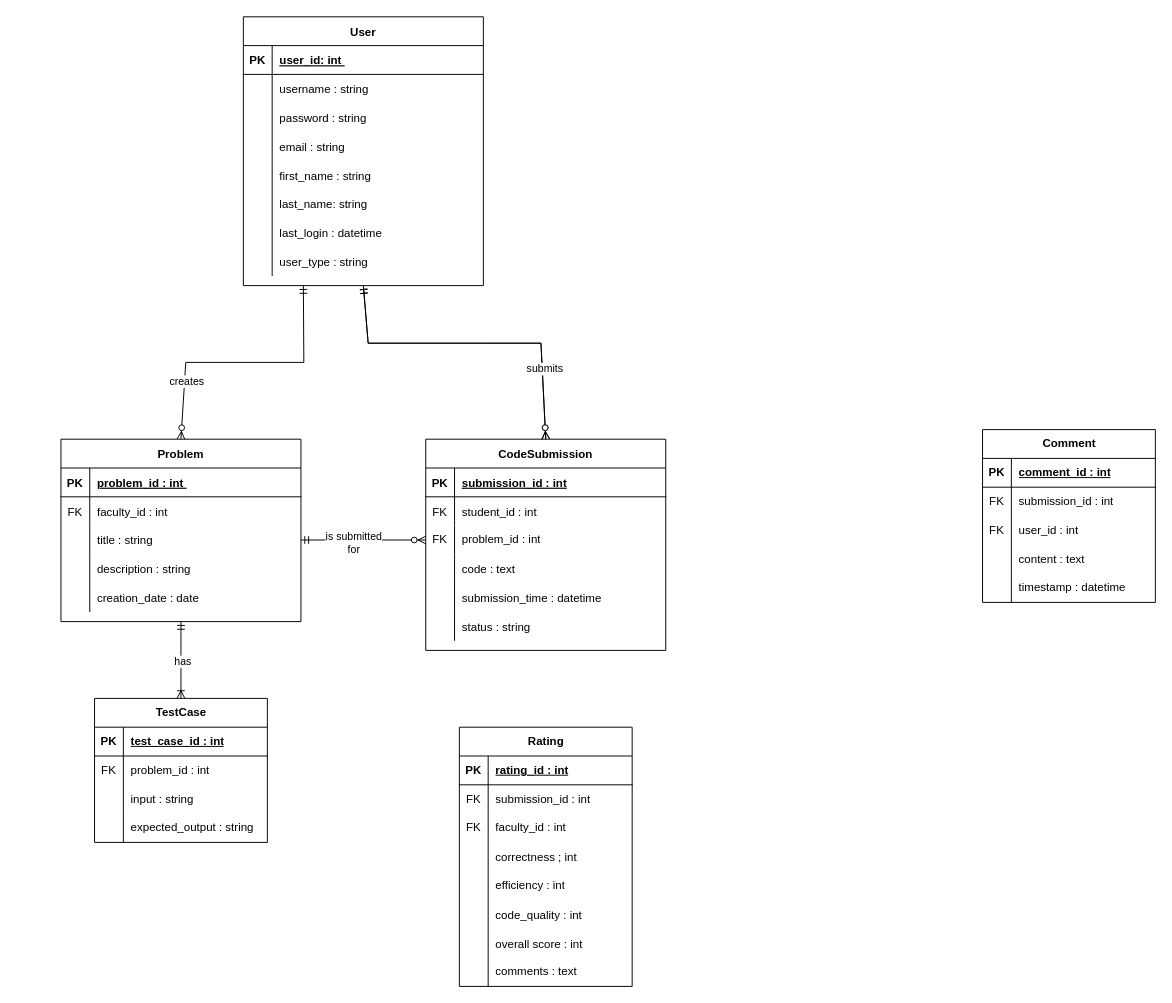
shamim36/Final-Defence-Diagram keeps this draw.io diagram as ER Diagram.drawio. Above is the earlier version. Source tidied: cells renumbered, new cells numbered last; positions are measured from the earlier drawing's top-left corner, leaving out a move shared by most shapes. Both pictures are drawn from the tidied source at 96%, with x=0, y=0 at pixel (60, 16).
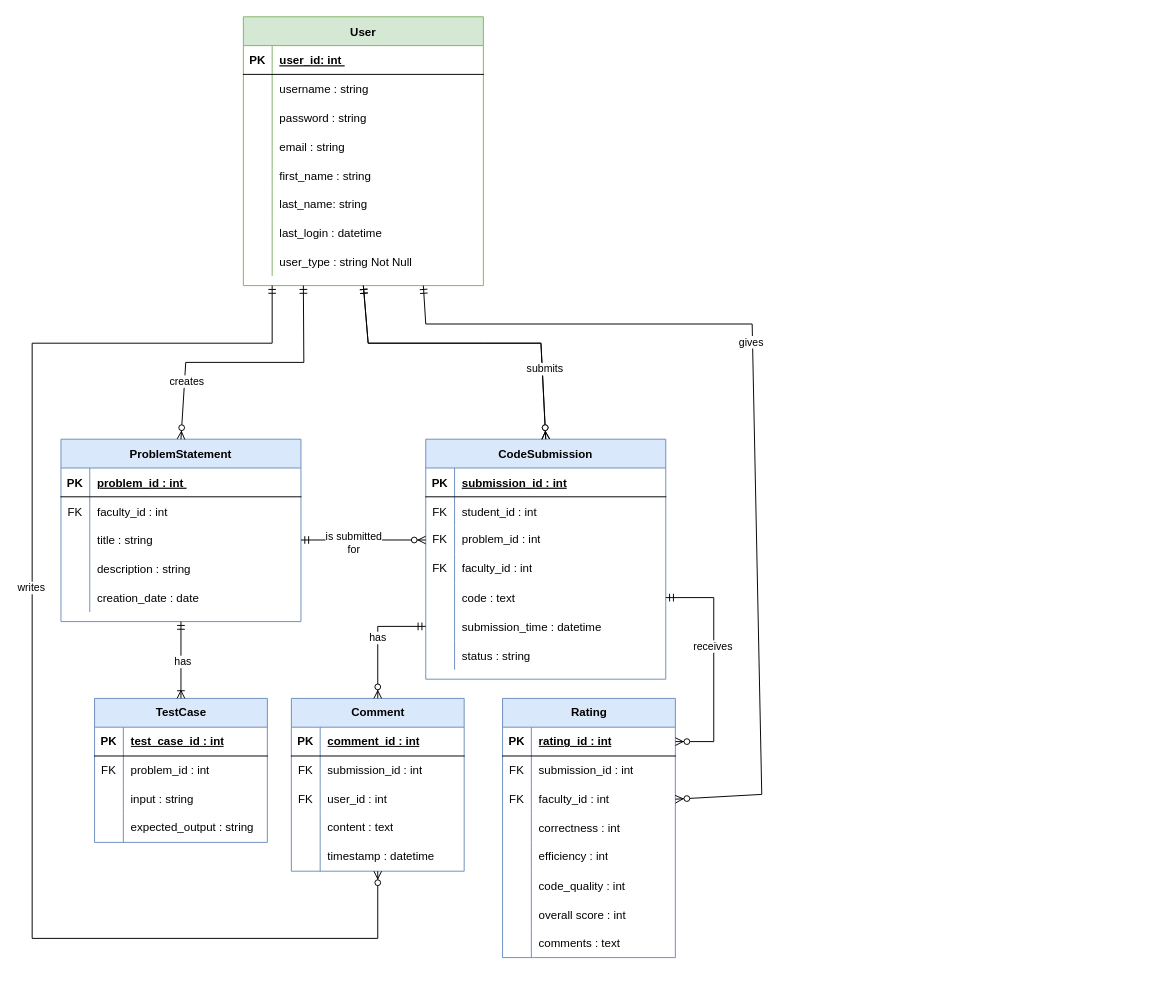
Above is the later version.

The change refers to these unchanged cells:
```xml
<mxCell id="59" style="shape=tableRow;horizontal=0;startSize=0;swimlaneHead=0;swimlaneBody=0;fillColor=none;top=0;left=0;right=0;bottom=0;" parent="37" vertex="1">
  <mxGeometry y="240" width="250" height="30" as="geometry" />
</mxCell>
<mxCell id="76" style="shape=tableRow;horizontal=0;startSize=0;swimlaneHead=0;swimlaneBody=0;fillColor=none;points=[[0,0.5],[1,0.5]];portConstraint=eastwest;top=0;left=0;right=0;bottom=1;" parent="75" vertex="1">
  <mxGeometry y="30" width="180" height="30" as="geometry" />
</mxCell>
<mxCell id="82" style="shape=tableRow;horizontal=0;startSize=0;swimlaneHead=0;swimlaneBody=0;fillColor=none;points=[[0,0.5],[1,0.5]];portConstraint=eastwest;top=0;left=0;right=0;bottom=0;" parent="75" vertex="1">
  <mxGeometry y="90" width="180" height="30" as="geometry" />
</mxCell>
<mxCell id="85" style="shape=tableRow;horizontal=0;startSize=0;swimlaneHead=0;swimlaneBody=0;fillColor=none;top=0;left=0;right=0;bottom=0;" parent="75" vertex="1">
  <mxGeometry y="120" width="180" height="30" as="geometry" />
</mxCell>
<mxCell id="113" style="shape=tableRow;horizontal=0;startSize=0;swimlaneHead=0;swimlaneBody=0;fillColor=none;points=[[0,0.5],[1,0.5]];portConstraint=eastwest;top=0;left=0;right=0;bottom=0;" parent="100" vertex="1">
  <mxGeometry y="150" width="180" height="30" as="geometry" />
</mxCell>
```

The edit, as a diff of the source:
```diff
@@
-    <mxCell id="2" value="Problem" style="shape=table;startSize=30;childLayout=tableLayout;rowLines=0;fontStyle=1;align=center;" parent="1" vertex="1">
+    <mxCell id="2" value="ProblemStatement" style="shape=table;startSize=30;childLayout=tableLayout;rowLines=0;fontStyle=1;align=center;fillColor=#dae8fc;strokeColor=#6c8ebf;" parent="1" vertex="1">
       <mxGeometry y="440" width="250" height="190" as="geometry" />
     </mxCell>
@@
-    <mxCell id="18" value="CodeSubmission" style="shape=table;startSize=30;childLayout=tableLayout;rowLines=0;fontStyle=1;align=center;" parent="1" vertex="1">
-      <mxGeometry x="380" y="440" width="250" height="220" as="geometry" />
+    <mxCell id="18" value="CodeSubmission" style="shape=table;startSize=30;childLayout=tableLayout;rowLines=0;fontStyle=1;align=center;fillColor=#dae8fc;strokeColor=#6c8ebf;" parent="1" vertex="1">
+      <mxGeometry x="380" y="440" width="250" height="250" as="geometry" />
     </mxCell>
@@
+    <mxCell id="126" style="shape=tableRow;horizontal=0;startSize=0;swimlaneHead=0;swimlaneBody=0;fillColor=none;top=0;left=0;right=0;bottom=0;" parent="18" vertex="1">
+      <mxGeometry y="120" width="250" height="30" as="geometry" />
+    </mxCell>
+    <mxCell id="127" value="FK" style="shape=partialRectangle;fillColor=none;top=0;left=0;bottom=0;right=0;fontStyle=0;overflow=hidden;whiteSpace=wrap;html=1;" parent="126" vertex="1">
+      <mxGeometry width="30" height="30" as="geometry" />
+    </mxCell>
+    <mxCell id="128" value="faculty_id : int" style="shape=partialRectangle;fillColor=none;top=0;left=0;bottom=0;right=0;align=left;spacingLeft=6;fontStyle=0;overflow=hidden;whiteSpace=wrap;html=1;" parent="126" vertex="1">
+      <mxGeometry x="30" width="220" height="30" as="geometry" />
+    </mxCell>
     <mxCell id="28" style="shape=tableRow;horizontal=0;startSize=0;swimlaneHead=0;swimlaneBody=0;fillColor=none;points=[[0,0.5],[1,0.5]];portConstraint=eastwest;top=0;left=0;right=0;bottom=0;" parent="18" vertex="1">
-      <mxGeometry y="120" width="250" height="30" as="geometry" />
+      <mxGeometry y="150" width="250" height="30" as="geometry" />
     </mxCell>
@@
     <mxCell id="31" style="shape=tableRow;horizontal=0;startSize=0;swimlaneHead=0;swimlaneBody=0;fillColor=none;points=[[0,0.5],[1,0.5]];portConstraint=eastwest;top=0;left=0;right=0;bottom=0;" parent="18" vertex="1">
-      <mxGeometry y="150" width="250" height="30" as="geometry" />
+      <mxGeometry y="180" width="250" height="30" as="geometry" />
     </mxCell>
@@
     <mxCell id="34" style="shape=partialRectangle;fillColor=none;top=0;left=0;right=0;bottom=0;" parent="18" vertex="1">
-      <mxGeometry y="180" width="250" height="30" as="geometry" />
+      <mxGeometry y="210" width="250" height="30" as="geometry" />
     </mxCell>
@@
-    <mxCell id="37" value="User" style="shape=table;startSize=30;childLayout=tableLayout;rowLines=0;fontStyle=1;align=center;" parent="1" vertex="1">
+    <mxCell id="37" value="User" style="shape=table;startSize=30;childLayout=tableLayout;rowLines=0;fontStyle=1;align=center;fillColor=#d5e8d4;strokeColor=#82b366;" parent="1" vertex="1">
       <mxGeometry x="190" width="250" height="280" as="geometry" />
     </mxCell>
@@
-    <mxCell id="61" value="user_type : string" style="shape=partialRectangle;fillColor=none;top=0;left=0;bottom=0;right=0;align=left;spacingLeft=6;overflow=hidden;" parent="59" vertex="1">
+    <mxCell id="61" value="user_type : string Not Null" style="shape=partialRectangle;fillColor=none;top=0;left=0;bottom=0;right=0;align=left;spacingLeft=6;overflow=hidden;" parent="59" vertex="1">
       <mxGeometry x="30" width="220" height="30" as="geometry" />
     </mxCell>
-    <mxCell id="62" value="TestCase" style="shape=table;startSize=30;childLayout=tableLayout;rowLines=0;fontStyle=1;align=center;html=1;" parent="1" vertex="1">
+    <mxCell id="62" value="TestCase" style="shape=table;startSize=30;childLayout=tableLayout;rowLines=0;fontStyle=1;align=center;html=1;fillColor=#dae8fc;strokeColor=#6c8ebf;" parent="1" vertex="1">
       <mxGeometry x="35" y="710" width="180" height="150" as="geometry" />
     </mxCell>
@@
-    <mxCell id="75" value="Rating" style="shape=table;startSize=30;childLayout=tableLayout;rowLines=0;fontStyle=1;align=center;html=1;" parent="1" vertex="1">
-      <mxGeometry x="415" y="740" width="180" height="270" as="geometry" />
+    <mxCell id="75" value="Rating" style="shape=table;startSize=30;childLayout=tableLayout;rowLines=0;fontStyle=1;align=center;html=1;fillColor=#dae8fc;strokeColor=#6c8ebf;" parent="1" vertex="1">
+      <mxGeometry x="460" y="710" width="180" height="270" as="geometry" />
     </mxCell>
@@
-    <mxCell id="87" value="correctness ; int" style="shape=partialRectangle;fillColor=none;top=0;left=0;bottom=0;right=0;align=left;spacingLeft=6;overflow=hidden;" parent="85" vertex="1">
+    <mxCell id="87" value="correctness : int" style="shape=partialRectangle;fillColor=none;top=0;left=0;bottom=0;right=0;align=left;spacingLeft=6;overflow=hidden;" parent="85" vertex="1">
       <mxGeometry x="30" width="150" height="30" as="geometry" />
     </mxCell>
@@
-    <mxCell id="100" value="Comment" style="shape=table;startSize=30;childLayout=tableLayout;rowLines=0;fontStyle=1;align=center;html=1;" parent="1" vertex="1">
-      <mxGeometry x="960" y="430" width="180" height="180" as="geometry" />
+    <mxCell id="100" value="Comment" style="shape=table;startSize=30;childLayout=tableLayout;rowLines=0;fontStyle=1;align=center;html=1;fillColor=#dae8fc;strokeColor=#6c8ebf;" parent="1" vertex="1">
+      <mxGeometry x="240" y="710" width="180" height="180" as="geometry" />
     </mxCell>
@@
+    <mxCell id="129" style="fontSize=12;html=1;endArrow=ERzeroToMany;startArrow=ERmandOne;rounded=0;entryX=0.5;entryY=1;entryDx=0;entryDy=0;entryPerimeter=0;" parent="1" edge="1" target="113">
+      <mxGeometry relative="1" as="geometry">
+        <mxPoint x="220" y="280" as="sourcePoint" />
+        <Array as="points">
+          <mxPoint x="220" y="340" />
+          <mxPoint x="-30" y="340" />
+          <mxPoint x="-30" y="960" />
+          <mxPoint x="330" y="960" />
+        </Array>
+      </mxGeometry>
+    </mxCell>
+    <mxCell id="130" value="writes" style="edgeLabel;html=1;align=center;verticalAlign=middle;" parent="129" vertex="1">
+      <mxGeometry x="-0.17" y="-2" relative="1" as="geometry" />
+    </mxCell>
+    <mxCell id="131" style="fontSize=12;html=1;endArrow=ERzeroToMany;startArrow=ERmandOne;rounded=0;entryX=0.5;entryY=0;entryDx=0;entryDy=0;exitX=0;exitY=0.5;exitDx=0;exitDy=0;" parent="1" edge="1" source="31" target="100">
+      <mxGeometry relative="1" as="geometry">
+        <Array as="points">
+          <mxPoint x="330" y="635" />
+        </Array>
+      </mxGeometry>
+    </mxCell>
+    <mxCell id="132" value="has" style="edgeLabel;html=1;align=center;verticalAlign=middle;" parent="131" vertex="1">
+      <mxGeometry x="-0.02" y="-1" relative="1" as="geometry" />
+    </mxCell>
+    <mxCell id="133" style="fontSize=12;html=1;endArrow=ERzeroToMany;startArrow=ERmandOne;rounded=0;entryX=1;entryY=0.5;entryDx=0;entryDy=0;exitX=1;exitY=0.5;exitDx=0;exitDy=0;" parent="1" edge="1" source="28" target="76">
+      <mxGeometry relative="1" as="geometry">
+        <Array as="points">
+          <mxPoint x="680" y="605" />
+          <mxPoint x="680" y="755" />
+        </Array>
+      </mxGeometry>
+    </mxCell>
+    <mxCell id="134" value="receives" style="edgeLabel;html=1;align=center;verticalAlign=middle;" parent="133" vertex="1">
+      <mxGeometry x="-0.17" y="-2" relative="1" as="geometry" />
+    </mxCell>
+    <mxCell id="135" style="fontSize=12;html=1;endArrow=ERzeroToMany;startArrow=ERmandOne;rounded=0;entryX=1;entryY=0.5;entryDx=0;entryDy=0;exitX=0.75;exitY=1;exitDx=0;exitDy=0;" parent="1" edge="1" source="37" target="82">
+      <mxGeometry relative="1" as="geometry">
+        <Array as="points">
+          <mxPoint x="380" y="320" />
+          <mxPoint x="720" y="320" />
+          <mxPoint x="730" y="810" />
+        </Array>
+      </mxGeometry>
+    </mxCell>
+    <mxCell id="136" value="gives" style="edgeLabel;html=1;align=center;verticalAlign=middle;" parent="135" vertex="1">
+      <mxGeometry x="-0.17" y="-2" relative="1" as="geometry" />
+    </mxCell>
```
